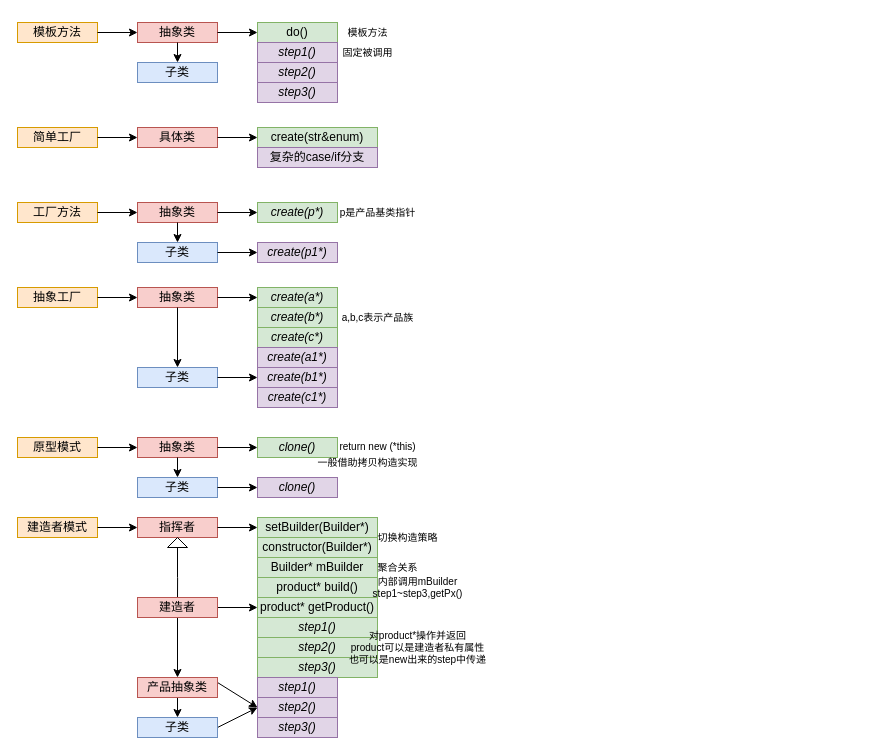
chenbei97/C--DesignMode keeps this draw.io diagram as designMode.drawio. Above is the earlier version. Source tidied: cells renumbered, new cells numbered last; positions are measured from the earlier drawing's top-left corner, leaving out a move shared by most shapes. Both pictures are drawn from the tidied source at 100%, with x=0, y=0 at pixel (17, 17).
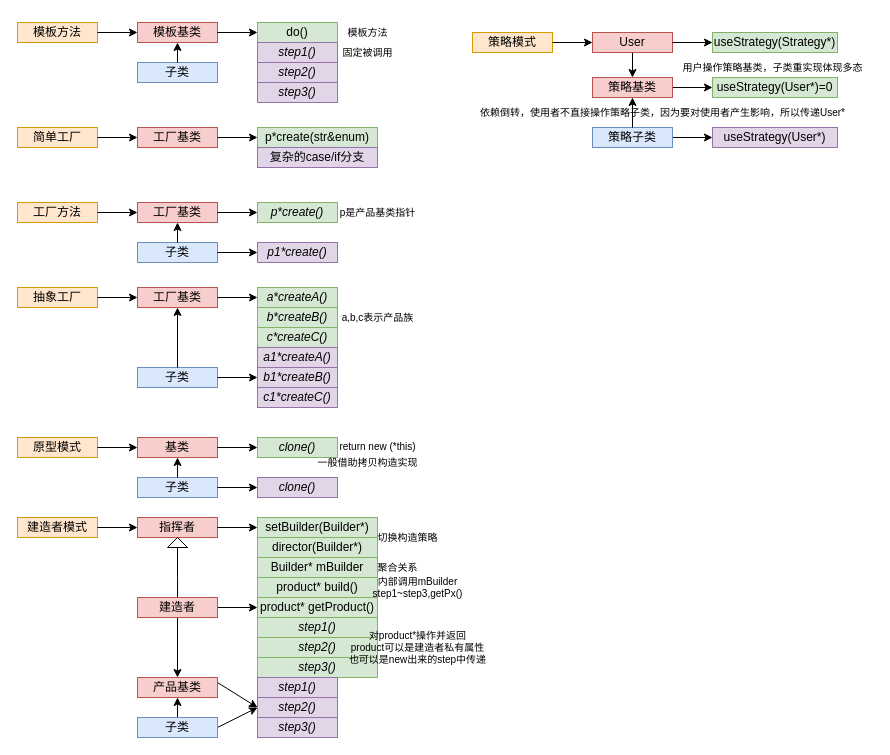
After the change.

The change refers to these unchanged cells:
```xml
<mxCell id="2" style="group;" parent="1" vertex="1">
  <mxGeometry width="385" height="85" as="geometry" />
</mxCell>
<mxCell id="13" value="子类" style="whiteSpace=wrap;html=1;fillColor=#dae8fc;strokeColor=#6c8ebf;" parent="2" vertex="1">
  <mxGeometry x="120" y="45" width="80" height="20" as="geometry" />
</mxCell>
<mxCell id="15" style="group;" parent="1" vertex="1">
  <mxGeometry y="110" width="360" height="40" as="geometry" />
</mxCell>
<mxCell id="22" style="group;" parent="1" vertex="1">
  <mxGeometry y="180" width="410" height="70" as="geometry" />
</mxCell>
<mxCell id="29" value="子类" style="whiteSpace=wrap;html=1;fillColor=#dae8fc;strokeColor=#6c8ebf;" parent="22" vertex="1">
  <mxGeometry x="120" y="45" width="80" height="20" as="geometry" />
</mxCell>
<mxCell id="33" style="group;" parent="1" vertex="1">
  <mxGeometry y="270" width="410" height="120" as="geometry" />
</mxCell>
<mxCell id="42" value="子类" style="whiteSpace=wrap;html=1;fillColor=#dae8fc;strokeColor=#6c8ebf;" parent="33" vertex="1">
  <mxGeometry x="120" y="80" width="80" height="20" as="geometry" />
</mxCell>
<mxCell id="48" style="group;" parent="1" vertex="1">
  <mxGeometry y="414" width="410" height="66" as="geometry" />
</mxCell>
<mxCell id="54" value="子类" style="whiteSpace=wrap;html=1;fillColor=#dae8fc;strokeColor=#6c8ebf;" parent="48" vertex="1">
  <mxGeometry x="120" y="46" width="80" height="20" as="geometry" />
</mxCell>
<mxCell id="86" value="子类" style="whiteSpace=wrap;html=1;fillColor=#dae8fc;strokeColor=#6c8ebf;" parent="1" vertex="1">
  <mxGeometry x="120" y="700" width="80" height="20" as="geometry" />
</mxCell>
```

Diff of the diagram source:
```diff
@@
-    <mxCell id="4" value="抽象类" style="whiteSpace=wrap;html=1;fillColor=#f8cecc;strokeColor=#b85450;" parent="2" vertex="1">
+    <mxCell id="4" value="模板基类" style="whiteSpace=wrap;html=1;fillColor=#f8cecc;strokeColor=#b85450;" parent="2" vertex="1">
       <mxGeometry x="120" y="5" width="80" height="20" as="geometry" />
     </mxCell>
@@
-    <mxCell id="14" style="edgeStyle=none;html=1;exitX=0.5;exitY=1;exitDx=0;exitDy=0;fontSize=10;" parent="2" edge="1" source="4" target="13">
+    <mxCell id="14" style="edgeStyle=none;html=1;fontSize=10;entryX=0.5;entryY=1;entryDx=0;entryDy=0;" parent="2" edge="1" source="13" target="4">
       <mxGeometry relative="1" as="geometry" />
     </mxCell>
@@
-    <mxCell id="17" value="具体类" style="whiteSpace=wrap;html=1;fillColor=#f8cecc;strokeColor=#b85450;" parent="15" vertex="1">
+    <mxCell id="17" value="工厂基类" style="whiteSpace=wrap;html=1;fillColor=#f8cecc;strokeColor=#b85450;" parent="15" vertex="1">
       <mxGeometry x="120" width="80" height="20" as="geometry" />
     </mxCell>
@@
-    <mxCell id="19" value="create(str&amp;amp;enum)" style="whiteSpace=wrap;html=1;fillColor=#d5e8d4;strokeColor=#82b366;" parent="15" vertex="1">
+    <mxCell id="19" value="p*create(str&amp;amp;enum)" style="whiteSpace=wrap;html=1;fillColor=#d5e8d4;strokeColor=#82b366;" parent="15" vertex="1">
       <mxGeometry x="240" width="120" height="20" as="geometry" />
     </mxCell>
@@
-    <mxCell id="24" value="抽象类" style="whiteSpace=wrap;html=1;fillColor=#f8cecc;strokeColor=#b85450;" parent="22" vertex="1">
+    <mxCell id="24" value="工厂基类" style="whiteSpace=wrap;html=1;fillColor=#f8cecc;strokeColor=#b85450;" parent="22" vertex="1">
       <mxGeometry x="120" y="5" width="80" height="20" as="geometry" />
     </mxCell>
@@
-    <mxCell id="26" value="&lt;i&gt;create(p*)&lt;/i&gt;" style="whiteSpace=wrap;html=1;fillColor=#d5e8d4;strokeColor=#82b366;" parent="22" vertex="1">
+    <mxCell id="26" value="&lt;i&gt;p*create()&lt;/i&gt;" style="whiteSpace=wrap;html=1;fillColor=#d5e8d4;strokeColor=#82b366;" parent="22" vertex="1">
       <mxGeometry x="240" y="5" width="80" height="20" as="geometry" />
     </mxCell>
@@
-    <mxCell id="30" style="edgeStyle=none;html=1;exitX=0.5;exitY=1;exitDx=0;exitDy=0;entryX=0.5;entryY=0;entryDx=0;entryDy=0;fontSize=10;" parent="22" edge="1" source="24" target="29">
+    <mxCell id="30" style="edgeStyle=none;html=1;exitX=0.5;exitY=0;exitDx=0;exitDy=0;entryX=0.5;entryY=1;entryDx=0;entryDy=0;fontSize=10;" parent="22" edge="1" source="29" target="24">
       <mxGeometry relative="1" as="geometry" />
     </mxCell>
-    <mxCell id="31" value="&lt;i&gt;create(p1*)&lt;/i&gt;" style="whiteSpace=wrap;html=1;fillColor=#e1d5e7;strokeColor=#9673a6;" parent="22" vertex="1">
+    <mxCell id="31" value="&lt;i&gt;p1*create()&lt;/i&gt;" style="whiteSpace=wrap;html=1;fillColor=#e1d5e7;strokeColor=#9673a6;" parent="22" vertex="1">
       <mxGeometry x="240" y="45" width="80" height="20" as="geometry" />
     </mxCell>
@@
-    <mxCell id="35" value="抽象类" style="whiteSpace=wrap;html=1;fillColor=#f8cecc;strokeColor=#b85450;" parent="33" vertex="1">
+    <mxCell id="35" value="工厂基类" style="whiteSpace=wrap;html=1;fillColor=#f8cecc;strokeColor=#b85450;" parent="33" vertex="1">
       <mxGeometry x="120" width="80" height="20" as="geometry" />
     </mxCell>
@@
-    <mxCell id="37" value="&lt;i&gt;create(a*)&lt;/i&gt;" style="whiteSpace=wrap;html=1;fillColor=#d5e8d4;strokeColor=#82b366;" parent="33" vertex="1">
+    <mxCell id="37" value="&lt;i&gt;a*createA()&lt;/i&gt;" style="whiteSpace=wrap;html=1;fillColor=#d5e8d4;strokeColor=#82b366;" parent="33" vertex="1">
       <mxGeometry x="240" width="80" height="20" as="geometry" />
     </mxCell>
@@
-    <mxCell id="39" value="&lt;i&gt;create(b*)&lt;/i&gt;" style="whiteSpace=wrap;html=1;fillColor=#d5e8d4;strokeColor=#82b366;" parent="33" vertex="1">
+    <mxCell id="39" value="&lt;i&gt;b*createB()&lt;/i&gt;" style="whiteSpace=wrap;html=1;fillColor=#d5e8d4;strokeColor=#82b366;" parent="33" vertex="1">
       <mxGeometry x="240" y="20" width="80" height="20" as="geometry" />
     </mxCell>
-    <mxCell id="40" value="&lt;i&gt;create(c*)&lt;/i&gt;" style="whiteSpace=wrap;html=1;fillColor=#d5e8d4;strokeColor=#82b366;" parent="33" vertex="1">
+    <mxCell id="40" value="&lt;i&gt;c*createC()&lt;/i&gt;" style="whiteSpace=wrap;html=1;fillColor=#d5e8d4;strokeColor=#82b366;" parent="33" vertex="1">
       <mxGeometry x="240" y="40" width="80" height="20" as="geometry" />
     </mxCell>
@@
-    <mxCell id="43" style="edgeStyle=none;html=1;exitX=0.5;exitY=1;exitDx=0;exitDy=0;fontSize=10;" parent="33" edge="1" source="35" target="42">
+    <mxCell id="43" style="edgeStyle=none;html=1;fontSize=10;entryX=0.5;entryY=1;entryDx=0;entryDy=0;" parent="33" edge="1" source="42" target="35">
       <mxGeometry relative="1" as="geometry" />
     </mxCell>
-    <mxCell id="44" value="&lt;i&gt;create(b1*)&lt;/i&gt;" style="whiteSpace=wrap;html=1;fillColor=#e1d5e7;strokeColor=#9673a6;" parent="33" vertex="1">
+    <mxCell id="44" value="&lt;i&gt;b1*createB()&lt;/i&gt;" style="whiteSpace=wrap;html=1;fillColor=#e1d5e7;strokeColor=#9673a6;" parent="33" vertex="1">
       <mxGeometry x="240" y="80" width="80" height="20" as="geometry" />
     </mxCell>
@@
-    <mxCell id="46" value="&lt;i&gt;create(c1*)&lt;/i&gt;" style="whiteSpace=wrap;html=1;fillColor=#e1d5e7;strokeColor=#9673a6;" parent="33" vertex="1">
+    <mxCell id="46" value="&lt;i&gt;c1*createC()&lt;/i&gt;" style="whiteSpace=wrap;html=1;fillColor=#e1d5e7;strokeColor=#9673a6;" parent="33" vertex="1">
       <mxGeometry x="240" y="100" width="80" height="20" as="geometry" />
     </mxCell>
-    <mxCell id="47" value="&lt;i&gt;create(a1*)&lt;/i&gt;" style="whiteSpace=wrap;html=1;fillColor=#e1d5e7;strokeColor=#9673a6;" parent="33" vertex="1">
+    <mxCell id="47" value="&lt;i&gt;a1*createA()&lt;/i&gt;" style="whiteSpace=wrap;html=1;fillColor=#e1d5e7;strokeColor=#9673a6;" parent="33" vertex="1">
       <mxGeometry x="240" y="60" width="80" height="20" as="geometry" />
     </mxCell>
@@
-    <mxCell id="50" value="抽象类" style="whiteSpace=wrap;html=1;fillColor=#f8cecc;strokeColor=#b85450;" parent="48" vertex="1">
+    <mxCell id="50" value="基类" style="whiteSpace=wrap;html=1;fillColor=#f8cecc;strokeColor=#b85450;" parent="48" vertex="1">
       <mxGeometry x="120" y="6" width="80" height="20" as="geometry" />
     </mxCell>
@@
-    <mxCell id="55" style="edgeStyle=none;html=1;exitX=0.5;exitY=1;exitDx=0;exitDy=0;entryX=0.5;entryY=0;entryDx=0;entryDy=0;fontSize=10;" parent="48" edge="1" source="50" target="54">
+    <mxCell id="55" style="edgeStyle=none;html=1;exitX=0.5;exitY=0;exitDx=0;exitDy=0;entryX=0.5;entryY=1;entryDx=0;entryDy=0;fontSize=10;" parent="48" edge="1" source="54" target="50">
       <mxGeometry relative="1" as="geometry" />
     </mxCell>
@@
-    <mxCell id="65" value="constructor(Builder*)" style="whiteSpace=wrap;html=1;fillColor=#d5e8d4;strokeColor=#82b366;" parent="1" vertex="1">
+    <mxCell id="65" value="director(Builder*)" style="whiteSpace=wrap;html=1;fillColor=#d5e8d4;strokeColor=#82b366;" parent="1" vertex="1">
       <mxGeometry x="240" y="520" width="120" height="20" as="geometry" />
     </mxCell>
@@
-    <mxCell id="78" style="edgeStyle=none;html=1;exitX=0.5;exitY=1;exitDx=0;exitDy=0;entryX=0.5;entryY=0;entryDx=0;entryDy=0;fontSize=10;endArrow=classic;endFill=1;" parent="1" edge="1" source="80" target="86">
+    <mxCell id="78" style="edgeStyle=none;html=1;exitX=0.5;exitY=0;exitDx=0;exitDy=0;entryX=0.5;entryY=1;entryDx=0;entryDy=0;fontSize=10;endArrow=classic;endFill=1;" parent="1" edge="1" source="86" target="80">
       <mxGeometry relative="1" as="geometry" />
     </mxCell>
@@
-    <mxCell id="80" value="产品抽象类" style="whiteSpace=wrap;html=1;fillColor=#f8cecc;strokeColor=#b85450;" parent="1" vertex="1">
+    <mxCell id="80" value="产品基类" style="whiteSpace=wrap;html=1;fillColor=#f8cecc;strokeColor=#b85450;" parent="1" vertex="1">
       <mxGeometry x="120" y="660" width="80" height="20" as="geometry" />
     </mxCell>
@@
+    <mxCell id="91" value="策略模式" style="whiteSpace=wrap;html=1;fillColor=#ffe6cc;strokeColor=#d79b00;" parent="1" vertex="1">
+      <mxGeometry x="455" y="15" width="80" height="20" as="geometry" />
+    </mxCell>
+    <mxCell id="92" style="edgeStyle=none;html=1;exitX=0.5;exitY=1;exitDx=0;exitDy=0;entryX=0.5;entryY=0;entryDx=0;entryDy=0;" parent="1" edge="1" source="93" target="102">
+      <mxGeometry relative="1" as="geometry" />
+    </mxCell>
+    <mxCell id="93" value="User" style="whiteSpace=wrap;html=1;fillColor=#f8cecc;strokeColor=#b85450;" parent="1" vertex="1">
+      <mxGeometry x="575" y="15" width="80" height="20" as="geometry" />
+    </mxCell>
+    <mxCell id="94" style="edgeStyle=none;html=1;exitX=1;exitY=0.5;exitDx=0;exitDy=0;entryX=0;entryY=0.5;entryDx=0;entryDy=0;fontSize=10;" parent="1" edge="1" source="91" target="93">
+      <mxGeometry relative="1" as="geometry" />
+    </mxCell>
+    <mxCell id="95" value="useStrategy(Strategy*)" style="whiteSpace=wrap;html=1;fillColor=#d5e8d4;strokeColor=#82b366;" parent="1" vertex="1">
+      <mxGeometry x="695" y="15" width="125" height="20" as="geometry" />
+    </mxCell>
+    <mxCell id="96" style="edgeStyle=none;html=1;fontSize=10;" parent="1" edge="1" source="93" target="95">
+      <mxGeometry relative="1" as="geometry" />
+    </mxCell>
+    <mxCell id="97" value="useStrategy(User*)=0" style="whiteSpace=wrap;html=1;fillColor=#d5e8d4;strokeColor=#82b366;" parent="1" vertex="1">
+      <mxGeometry x="695" y="60" width="125" height="20" as="geometry" />
+    </mxCell>
+    <mxCell id="98" style="edgeStyle=none;html=1;exitX=1;exitY=0.5;exitDx=0;exitDy=0;entryX=0;entryY=0.5;entryDx=0;entryDy=0;" parent="1" edge="1" source="99" target="103">
+      <mxGeometry relative="1" as="geometry" />
+    </mxCell>
+    <mxCell id="99" value="策略子类" style="whiteSpace=wrap;html=1;fillColor=#dae8fc;strokeColor=#6c8ebf;" parent="1" vertex="1">
+      <mxGeometry x="575" y="110" width="80" height="20" as="geometry" />
+    </mxCell>
+    <mxCell id="100" style="edgeStyle=none;html=1;exitX=1;exitY=0.5;exitDx=0;exitDy=0;entryX=0;entryY=0.5;entryDx=0;entryDy=0;" parent="1" edge="1" source="102" target="97">
+      <mxGeometry relative="1" as="geometry" />
+    </mxCell>
+    <mxCell id="101" style="edgeStyle=none;html=1;entryX=0.5;entryY=1;entryDx=0;entryDy=0;" parent="1" edge="1" source="99" target="102">
+      <mxGeometry relative="1" as="geometry" />
+    </mxCell>
+    <mxCell id="102" value="策略基类" style="whiteSpace=wrap;html=1;fillColor=#f8cecc;strokeColor=#b85450;" parent="1" vertex="1">
+      <mxGeometry x="575" y="60" width="80" height="20" as="geometry" />
+    </mxCell>
+    <mxCell id="103" value="useStrategy(User*)" style="whiteSpace=wrap;html=1;fillColor=#e1d5e7;strokeColor=#9673a6;" parent="1" vertex="1">
+      <mxGeometry x="695" y="110" width="125" height="20" as="geometry" />
+    </mxCell>
+    <mxCell id="104" value="&lt;font style=&quot;font-size: 10px;&quot;&gt;依赖倒转，使用者不直接操作策略子类，因为要对使用者产生影响，所以传递User*&lt;/font&gt;" style="text;html=1;align=center;verticalAlign=middle;strokeColor=none;fillColor=none;" parent="1" vertex="1">
+      <mxGeometry x="450" y="80" width="390" height="30" as="geometry" />
+    </mxCell>
+    <mxCell id="105" value="用户操作策略基类，子类重实现体现多态" style="text;html=1;align=center;verticalAlign=middle;strokeColor=none;fillColor=none;fontSize=10;" parent="1" vertex="1">
+      <mxGeometry x="655" y="35" width="200" height="30" as="geometry" />
+    </mxCell>
```
